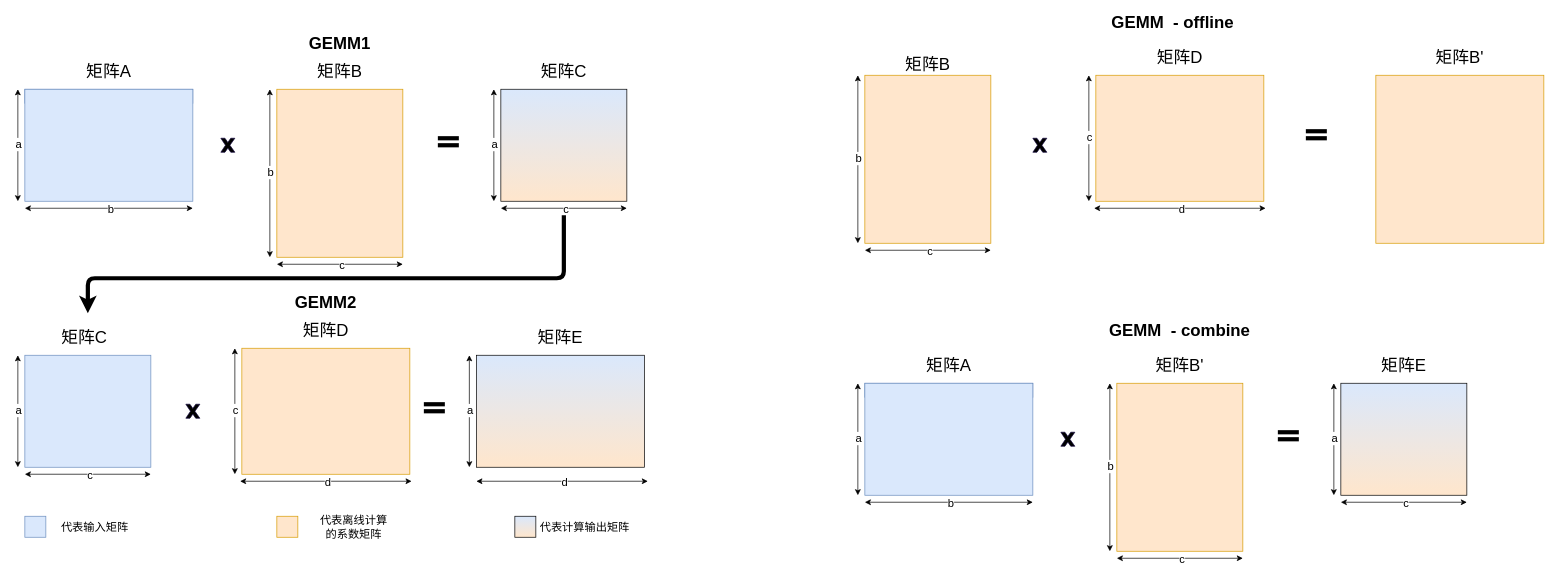
This is figs-for-graduate/Untitled Diagram.drawio from desirable98/Computer-and-Intelligent-Processor-Architecture, a draw.io file, before an edit. Source tidied: cells renumbered, new cells numbered last; positions are measured from the earlier drawing's top-left corner, leaving out a move shared by most shapes. Both pictures are drawn from the tidied source at 70%, with x=0, y=0 at pixel (18, 12).
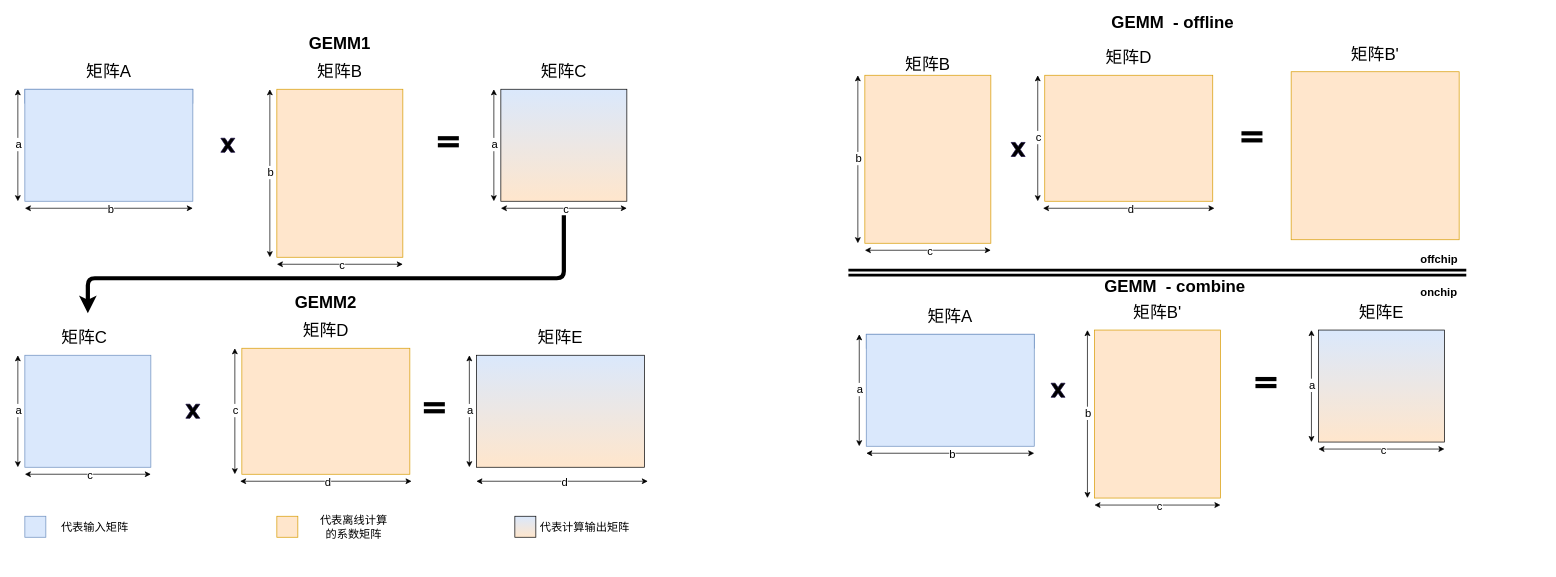
The same diagram, later.

The edit, as a diff of the source:
```diff
@@
     <mxCell id="55" style="rounded=0;whiteSpace=wrap;html=1;fillColor=#ffe6cc;strokeColor=#d79b00;" parent="1" vertex="1">
-      <mxGeometry x="1540" y="90" width="240" height="180" as="geometry" />
+      <mxGeometry x="1467" y="90" width="240" height="180" as="geometry" />
     </mxCell>
     <mxCell id="56" value="&lt;font size=&quot;5&quot;&gt;矩阵D&lt;/font&gt;" style="text;html=1;strokeColor=none;fillColor=none;align=center;verticalAlign=middle;whiteSpace=wrap;rounded=0;" parent="1" vertex="1">
-      <mxGeometry x="1620" y="50" width="80" height="30" as="geometry" />
+      <mxGeometry x="1547" y="50" width="80" height="30" as="geometry" />
     </mxCell>
     <mxCell id="57" style="endArrow=classic;startArrow=classic;html=1;rounded=0;fontSize=16;" parent="1" edge="1">
       <mxGeometry relative="1" as="geometry">
-        <mxPoint x="1530" y="270" as="sourcePoint" />
-        <mxPoint x="1530" y="90" as="targetPoint" />
+        <mxPoint x="1457" y="270" as="sourcePoint" />
+        <mxPoint x="1457" y="90" as="targetPoint" />
       </mxGeometry>
     </mxCell>
@@
     <mxCell id="59" style="endArrow=classic;startArrow=classic;html=1;rounded=0;fontSize=16;" parent="1" edge="1">
       <mxGeometry relative="1" as="geometry">
-        <mxPoint x="1537.5" y="280" as="sourcePoint" />
-        <mxPoint x="1782.5" y="280" as="targetPoint" />
+        <mxPoint x="1464.5" y="280" as="sourcePoint" />
+        <mxPoint x="1709.5" y="280" as="targetPoint" />
       </mxGeometry>
     </mxCell>
@@
     <mxCell id="61" style="verticalLabelPosition=bottom;verticalAlign=top;html=1;shape=mxgraph.basic.x;strokeColor=#11053b;fontSize=16;fillColor=#000000;gradientColor=none;gradientDirection=north;" parent="1" vertex="1">
-      <mxGeometry x="1450" y="180" width="20" height="20" as="geometry" />
+      <mxGeometry x="1419" y="186" width="20" height="20" as="geometry" />
     </mxCell>
@@
     <mxCell id="68" style="rounded=0;whiteSpace=wrap;html=1;fillColor=#ffe6cc;strokeColor=#d79b00;" parent="1" vertex="1">
-      <mxGeometry x="1940" y="90" width="240" height="240" as="geometry" />
+      <mxGeometry x="1819" y="85" width="240" height="240" as="geometry" />
     </mxCell>
     <mxCell id="69" style="group;" parent="1" vertex="1">
-      <mxGeometry x="1840" y="170" width="30" height="10" as="geometry" />
+      <mxGeometry x="1748" y="173" width="30" height="10" as="geometry" />
     </mxCell>
@@
     <mxCell id="72" value="&lt;font size=&quot;5&quot;&gt;矩阵B'&lt;/font&gt;" style="text;html=1;strokeColor=none;fillColor=none;align=center;verticalAlign=middle;whiteSpace=wrap;rounded=0;" parent="1" vertex="1">
-      <mxGeometry x="2020" y="50" width="80" height="30" as="geometry" />
+      <mxGeometry x="1899" y="45" width="80" height="30" as="geometry" />
     </mxCell>
     <mxCell id="73" style="rounded=0;whiteSpace=wrap;html=1;fillColor=#ffe6cc;strokeColor=#d79b00;" parent="1" vertex="1">
-      <mxGeometry x="1570" y="530" width="180" height="240" as="geometry" />
+      <mxGeometry x="1538" y="454" width="180" height="240" as="geometry" />
     </mxCell>
     <mxCell id="74" value="&lt;font style=&quot;font-size: 24px;&quot;&gt;矩阵A&lt;/font&gt;" style="text;html=1;strokeColor=none;fillColor=none;align=center;verticalAlign=middle;whiteSpace=wrap;rounded=0;" parent="1" vertex="1">
-      <mxGeometry x="1290" y="490" width="80" height="30" as="geometry" />
+      <mxGeometry x="1292" y="420" width="80" height="30" as="geometry" />
     </mxCell>
     <mxCell id="75" style="rounded=0;whiteSpace=wrap;html=1;fillColor=#ffe6cc;strokeColor=#000000;gradientColor=#DAE8FC;gradientDirection=north;" parent="1" vertex="1">
-      <mxGeometry x="1890" y="530" width="180" height="160" as="geometry" />
+      <mxGeometry x="1858" y="454" width="180" height="160" as="geometry" />
     </mxCell>
     <mxCell id="76" value="&lt;font size=&quot;5&quot;&gt;矩阵B'&lt;/font&gt;" style="text;html=1;strokeColor=none;fillColor=none;align=center;verticalAlign=middle;whiteSpace=wrap;rounded=0;" parent="1" vertex="1">
-      <mxGeometry x="1620" y="490" width="80" height="30" as="geometry" />
+      <mxGeometry x="1588" y="414" width="80" height="30" as="geometry" />
     </mxCell>
     <mxCell id="77" value="&lt;font size=&quot;5&quot;&gt;矩阵E&lt;/font&gt;" style="text;html=1;strokeColor=none;fillColor=none;align=center;verticalAlign=middle;whiteSpace=wrap;rounded=0;" parent="1" vertex="1">
-      <mxGeometry x="1940" y="490" width="80" height="30" as="geometry" />
+      <mxGeometry x="1908" y="414" width="80" height="30" as="geometry" />
     </mxCell>
     <mxCell id="78" style="endArrow=classic;startArrow=classic;html=1;rounded=0;fontSize=16;" parent="1" edge="1">
       <mxGeometry relative="1" as="geometry">
-        <mxPoint x="1200" y="690" as="sourcePoint" />
-        <mxPoint x="1200" y="530" as="targetPoint" />
+        <mxPoint x="1202" y="620" as="sourcePoint" />
+        <mxPoint x="1202" y="460" as="targetPoint" />
       </mxGeometry>
     </mxCell>
@@
     <mxCell id="80" style="endArrow=classic;startArrow=classic;html=1;rounded=0;fontSize=16;" parent="1" edge="1">
       <mxGeometry relative="1" as="geometry">
-        <mxPoint x="1560" y="770" as="sourcePoint" />
-        <mxPoint x="1560" y="530" as="targetPoint" />
+        <mxPoint x="1528" y="694" as="sourcePoint" />
+        <mxPoint x="1528" y="454" as="targetPoint" />
       </mxGeometry>
     </mxCell>
@@
     <mxCell id="82" style="endArrow=classic;startArrow=classic;html=1;rounded=0;fontSize=16;" parent="1" edge="1">
       <mxGeometry relative="1" as="geometry">
-        <mxPoint x="1880" y="690" as="sourcePoint" />
-        <mxPoint x="1880" y="530" as="targetPoint" />
+        <mxPoint x="1848" y="614" as="sourcePoint" />
+        <mxPoint x="1848" y="454" as="targetPoint" />
       </mxGeometry>
     </mxCell>
@@
     <mxCell id="84" style="endArrow=classic;startArrow=classic;html=1;rounded=0;fontSize=16;" parent="1" edge="1">
       <mxGeometry relative="1" as="geometry">
-        <mxPoint x="1210" y="700" as="sourcePoint" />
-        <mxPoint x="1450" y="700" as="targetPoint" />
+        <mxPoint x="1212" y="630" as="sourcePoint" />
+        <mxPoint x="1452" y="630" as="targetPoint" />
       </mxGeometry>
     </mxCell>
@@
     <mxCell id="86" style="endArrow=classic;startArrow=classic;html=1;rounded=0;fontSize=16;" parent="1" edge="1">
       <mxGeometry relative="1" as="geometry">
-        <mxPoint x="1570" y="780" as="sourcePoint" />
-        <mxPoint x="1750" y="780" as="targetPoint" />
+        <mxPoint x="1538" y="704" as="sourcePoint" />
+        <mxPoint x="1718" y="704" as="targetPoint" />
       </mxGeometry>
     </mxCell>
@@
     <mxCell id="88" style="endArrow=classic;startArrow=classic;html=1;rounded=0;fontSize=16;" parent="1" edge="1">
       <mxGeometry relative="1" as="geometry">
-        <mxPoint x="1890" y="700" as="sourcePoint" />
-        <mxPoint x="2070" y="700" as="targetPoint" />
+        <mxPoint x="1858" y="624" as="sourcePoint" />
+        <mxPoint x="2038" y="624" as="targetPoint" />
       </mxGeometry>
     </mxCell>
@@
     <mxCell id="90" style="rounded=0;whiteSpace=wrap;html=1;fontSize=16;fillColor=#dae8fc;strokeColor=#6c8ebf;" parent="1" vertex="1">
-      <mxGeometry x="1210" y="530" width="240" height="20" as="geometry" />
+      <mxGeometry x="1212" y="460" width="240" height="20" as="geometry" />
     </mxCell>
     <mxCell id="91" style="rounded=0;whiteSpace=wrap;html=1;fillColor=#dae8fc;strokeColor=#6c8ebf;" parent="1" vertex="1">
-      <mxGeometry x="1210" y="530" width="240" height="160" as="geometry" />
+      <mxGeometry x="1212" y="460" width="240" height="160" as="geometry" />
     </mxCell>
     <mxCell id="92" style="verticalLabelPosition=bottom;verticalAlign=top;html=1;shape=mxgraph.basic.x;strokeColor=#11053b;fontSize=16;fillColor=#000000;gradientColor=none;gradientDirection=north;" parent="1" vertex="1">
-      <mxGeometry x="1490" y="600" width="20" height="20" as="geometry" />
+      <mxGeometry x="1476" y="530" width="20" height="20" as="geometry" />
     </mxCell>
     <mxCell id="93" style="group;" parent="1" vertex="1">
-      <mxGeometry x="1800" y="600" width="30" height="10" as="geometry" />
+      <mxGeometry x="1768" y="524" width="30" height="10" as="geometry" />
     </mxCell>
@@
-    <mxCell id="96" value="&lt;font size=&quot;5&quot;&gt;&lt;b&gt;GEMM &amp;nbsp;- combine&lt;/b&gt;&lt;/font&gt;" style="text;html=1;strokeColor=none;fillColor=none;align=center;verticalAlign=middle;whiteSpace=wrap;rounded=0;" parent="1" vertex="1">
-      <mxGeometry x="1550" y="440" width="220" height="30" as="geometry" />
+    <mxCell id="96" value="&lt;font size=&quot;5&quot;&gt;&lt;b&gt;GEMM &amp;nbsp;- combine&amp;nbsp;&lt;/b&gt;&lt;/font&gt;" style="text;html=1;strokeColor=none;fillColor=none;align=center;verticalAlign=middle;whiteSpace=wrap;rounded=0;" parent="1" vertex="1">
+      <mxGeometry x="1496" y="377" width="321" height="30" as="geometry" />
     </mxCell>
@@
+    <mxCell id="99" style="shape=link;html=1;rounded=0;strokeWidth=4;entryX=0.908;entryY=0.998;entryDx=0;entryDy=0;entryPerimeter=0;" parent="1" edge="1" target="101">
+      <mxGeometry relative="1" as="geometry">
+        <mxPoint x="1186.5" y="372" as="sourcePoint" />
+      </mxGeometry>
+    </mxCell>
+    <mxCell id="100" value="&lt;div style=&quot;text-align: center;&quot;&gt;&lt;b&gt;&lt;font style=&quot;font-size: 16px;&quot;&gt;onchip&lt;/font&gt;&lt;/b&gt;&lt;/div&gt;" style="text;whiteSpace=wrap;html=1;" parent="1" vertex="1">
+      <mxGeometry x="2002" y="384" width="74" height="36" as="geometry" />
+    </mxCell>
+    <mxCell id="101" value="&lt;div style=&quot;text-align: center;&quot;&gt;&lt;b&gt;&lt;font style=&quot;font-size: 16px;&quot;&gt;offchip&lt;/font&gt;&lt;/b&gt;&lt;/div&gt;" style="text;whiteSpace=wrap;html=1;" parent="1" vertex="1">
+      <mxGeometry x="2002" y="336" width="74" height="36" as="geometry" />
+    </mxCell>
```
